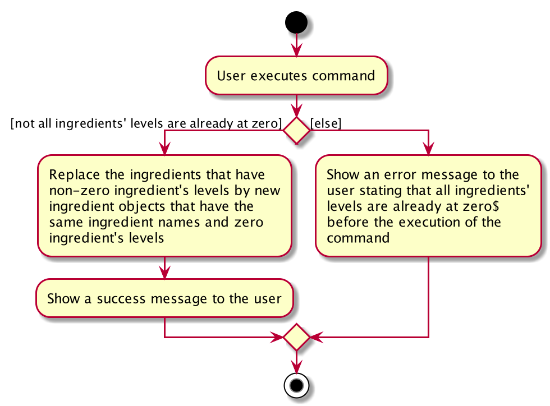
nus-cs2103-AY2021S1/tp keeps this PlantUML diagram as docs/images/IngredientResetAllActivityDiagram.png. Above is the earlier version. Its source is kept beside it as docs/diagrams/IngredientResetAllActivityDiagram.puml.
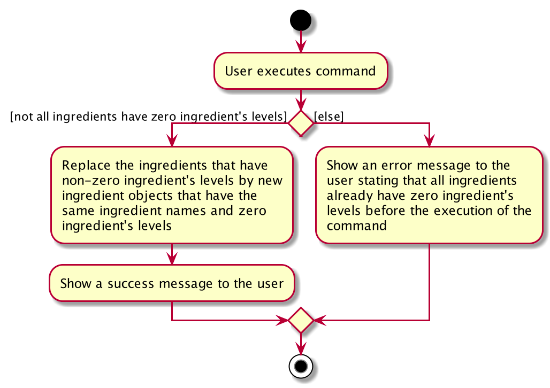
The same diagram one commit later.

The edit, as a diff of the source:
```diff
@@ -3,7 +3,7 @@
 :User executes command;
 
 
-if () then ([not all ingredients' levels are already at zero])
+if () then ([not all ingredients have zero ingredient's levels])
     :Replace the ingredients that have
     non-zero ingredient's levels by new
     ingredient objects that have the
@@ -12,9 +12,9 @@
     :Show a success message to the user;
 else ([else])
     :Show an error message to the
-    user stating that all ingredients'
-    levels are already at zero$
-    before the execution of the
+    user stating that all ingredients
+    already have zero ingredient's
+    levels before the execution of the
     command;
 endif
 stop
```
